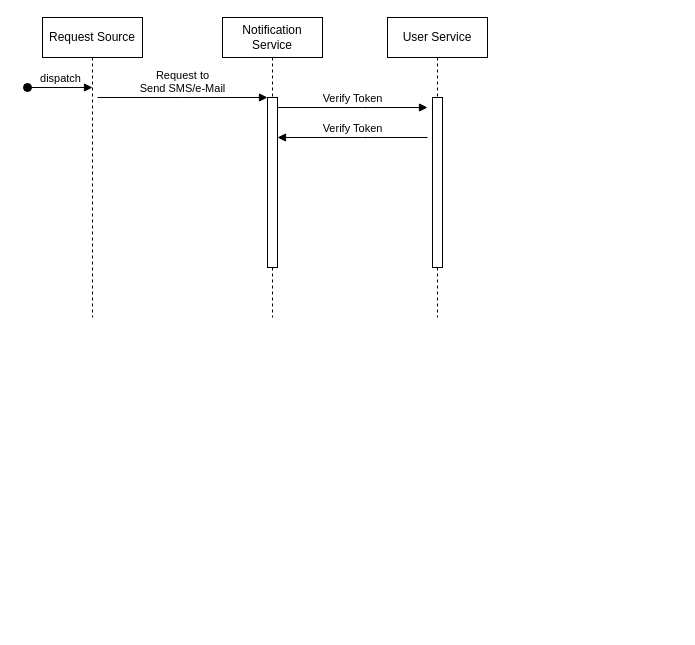
KaluBekalu/JScript keeps this draw.io diagram as Untitled Diagram.drawio. Above is the earlier version. Source tidied: cells renumbered, new cells numbered last; positions are measured from the earlier drawing's top-left corner, leaving out a move shared by most shapes. Both pictures are drawn from the tidied source at 100%, with x=0, y=0 at pixel (27, 17).
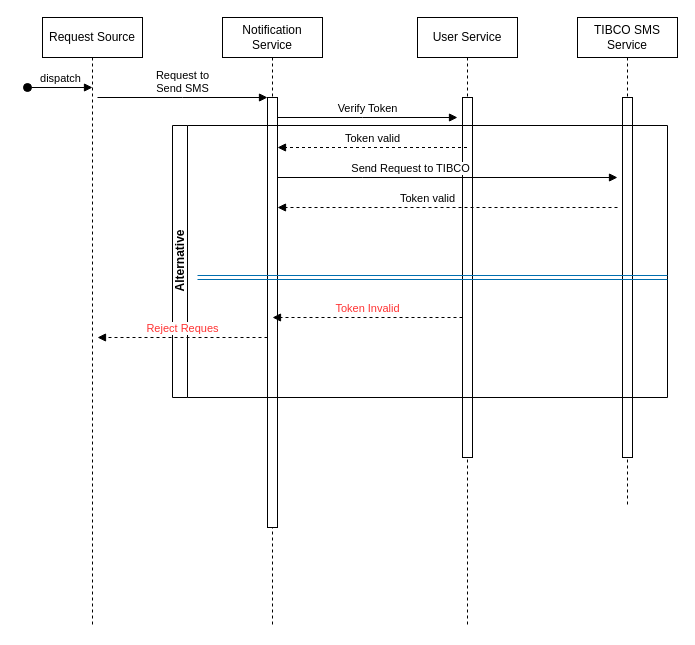
The same page after the edit.

The edit, as a diff of the source:
```diff
@@
     <mxCell id="2" value="Request Source" style="shape=umlLifeline;perimeter=lifelinePerimeter;whiteSpace=wrap;html=1;newEdgeStyle={&quot;edgeStyle&quot;:&quot;elbowEdgeStyle&quot;,&quot;elbow&quot;:&quot;vertical&quot;,&quot;curved&quot;:0,&quot;rounded&quot;:0};" parent="1" vertex="1">
-      <mxGeometry x="15" width="100" height="300" as="geometry" />
+      <mxGeometry x="15" width="100" height="610" as="geometry" />
     </mxCell>
@@
     <mxCell id="4" value="Notification Service" style="shape=umlLifeline;perimeter=lifelinePerimeter;whiteSpace=wrap;html=1;newEdgeStyle={&quot;edgeStyle&quot;:&quot;elbowEdgeStyle&quot;,&quot;elbow&quot;:&quot;vertical&quot;,&quot;curved&quot;:0,&quot;rounded&quot;:0};" parent="1" vertex="1">
-      <mxGeometry x="195" width="100" height="300" as="geometry" />
+      <mxGeometry x="195" width="100" height="610" as="geometry" />
     </mxCell>
     <mxCell id="5" style="html=1;points=[];perimeter=orthogonalPerimeter;outlineConnect=0;targetShapes=umlLifeline;portConstraint=eastwest;newEdgeStyle={&quot;edgeStyle&quot;:&quot;elbowEdgeStyle&quot;,&quot;elbow&quot;:&quot;vertical&quot;,&quot;curved&quot;:0,&quot;rounded&quot;:0};" parent="4" vertex="1">
-      <mxGeometry x="45" y="80" width="10" height="170" as="geometry" />
+      <mxGeometry x="45" y="80" width="10" height="430" as="geometry" />
     </mxCell>
-    <mxCell id="6" value="Request to &lt;br&gt;Send SMS/e-Mail" style="html=1;verticalAlign=bottom;endArrow=block;edgeStyle=elbowEdgeStyle;elbow=vertical;curved=0;rounded=0;" parent="1" edge="1" target="5">
+    <mxCell id="6" value="Request to &lt;br&gt;Send SMS" style="html=1;verticalAlign=bottom;endArrow=block;edgeStyle=elbowEdgeStyle;elbow=vertical;curved=0;rounded=0;" parent="1" edge="1" target="5">
       <mxGeometry relative="1" as="geometry">
         <mxPoint x="70" y="80" as="sourcePoint" />
         <Array as="points">
           <mxPoint x="155" y="80" />
         </Array>
       </mxGeometry>
     </mxCell>
     <mxCell id="7" value="User Service" style="shape=umlLifeline;perimeter=lifelinePerimeter;whiteSpace=wrap;html=1;outlineConnect=0;portConstraint=eastwest;newEdgeStyle={&quot;edgeStyle&quot;:&quot;elbowEdgeStyle&quot;,&quot;elbow&quot;:&quot;vertical&quot;,&quot;curved&quot;:0,&quot;rounded&quot;:0};" parent="1" vertex="1">
-      <mxGeometry x="360" width="100" height="300" as="geometry" />
+      <mxGeometry x="390" width="100" height="610" as="geometry" />
     </mxCell>
     <mxCell id="8" style="html=1;perimeter=orthogonalPerimeter;targetShapes=umlLifeline;newEdgeStyle={&quot;edgeStyle&quot;:&quot;elbowEdgeStyle&quot;,&quot;elbow&quot;:&quot;vertical&quot;,&quot;curved&quot;:0,&quot;rounded&quot;:0};" parent="7" vertex="1">
-      <mxGeometry x="45" y="80" width="10" height="170" as="geometry" />
+      <mxGeometry x="45" y="80" width="10" height="360" as="geometry" />
     </mxCell>
     <mxCell id="9" value="Verify Token" style="html=1;verticalAlign=bottom;endArrow=block;edgeStyle=elbowEdgeStyle;elbow=vertical;curved=0;rounded=0;" parent="1" edge="1">
       <mxGeometry relative="1" as="geometry">
-        <mxPoint x="250" y="90" as="sourcePoint" />
-        <mxPoint x="400" y="90" as="targetPoint" />
+        <mxPoint x="250" y="100" as="sourcePoint" />
+        <mxPoint x="430" y="100" as="targetPoint" />
         <Array as="points">
-          <mxPoint x="335" y="90" />
+          <mxPoint x="335" y="100" />
         </Array>
       </mxGeometry>
     </mxCell>
-    <mxCell id="10" value="Verify Token" style="html=1;verticalAlign=bottom;endArrow=block;edgeStyle=elbowEdgeStyle;elbow=vertical;curved=0;rounded=0;" parent="1" edge="1">
+    <mxCell id="10" value="Token valid" style="html=1;verticalAlign=bottom;endArrow=block;edgeStyle=elbowEdgeStyle;elbow=vertical;curved=0;rounded=0;dashed=1;" parent="1" edge="1" source="7">
       <mxGeometry relative="1" as="geometry">
-        <mxPoint x="400" y="120" as="sourcePoint" />
-        <mxPoint x="250" y="120" as="targetPoint" />
+        <mxPoint x="250" y="130" as="targetPoint" />
         <Array as="points">
-          <mxPoint x="335" y="120" />
+          <mxPoint x="335" y="130" />
         </Array>
       </mxGeometry>
     </mxCell>
+    <mxCell id="11" value="TIBCO SMS Service" style="shape=umlLifeline;perimeter=lifelinePerimeter;whiteSpace=wrap;html=1;newEdgeStyle={&quot;edgeStyle&quot;:&quot;elbowEdgeStyle&quot;,&quot;elbow&quot;:&quot;vertical&quot;,&quot;curved&quot;:0,&quot;rounded&quot;:0};" parent="1" vertex="1">
+      <mxGeometry x="550" width="100" height="490" as="geometry" />
+    </mxCell>
+    <mxCell id="12" style="html=1;perimeter=orthogonalPerimeter;targetShapes=umlLifeline;newEdgeStyle={&quot;edgeStyle&quot;:&quot;elbowEdgeStyle&quot;,&quot;elbow&quot;:&quot;vertical&quot;,&quot;curved&quot;:0,&quot;rounded&quot;:0};" parent="11" vertex="1">
+      <mxGeometry x="45" y="80" width="10" height="360" as="geometry" />
+    </mxCell>
+    <mxCell id="13" value="Alternative" style="swimlane;horizontal=0;whiteSpace=wrap;html=1;startSize=15;" parent="1" vertex="1">
+      <mxGeometry x="145" y="108" width="495" height="272" as="geometry" />
+    </mxCell>
+    <mxCell id="14" value="&lt;font color=&quot;#ff3333&quot;&gt;Token Invalid&lt;/font&gt;" style="html=1;verticalAlign=bottom;endArrow=block;edgeStyle=elbowEdgeStyle;elbow=vertical;curved=0;rounded=0;dashed=1;" parent="13" edge="1">
+      <mxGeometry relative="1" as="geometry">
+        <mxPoint x="290" y="192" as="sourcePoint" />
+        <mxPoint x="100" y="192" as="targetPoint" />
+        <Array as="points">
+          <mxPoint x="185" y="192" />
+        </Array>
+      </mxGeometry>
+    </mxCell>
+    <mxCell id="15" value="&lt;font color=&quot;#ff3333&quot;&gt;Reject Reques&lt;br&gt;&lt;/font&gt;" style="html=1;verticalAlign=bottom;endArrow=block;edgeStyle=elbowEdgeStyle;elbow=vertical;curved=0;rounded=0;dashed=1;" parent="13" edge="1">
+      <mxGeometry relative="1" as="geometry">
+        <mxPoint x="95" y="212" as="sourcePoint" />
+        <mxPoint x="-75" y="212.3" as="targetPoint" />
+        <Array as="points">
+          <mxPoint x="-10" y="212" />
+        </Array>
+      </mxGeometry>
+    </mxCell>
+    <mxCell id="16" value="Send Request to TIBCO" style="html=1;verticalAlign=bottom;endArrow=block;edgeStyle=elbowEdgeStyle;elbow=vertical;curved=0;rounded=0;" parent="13" edge="1">
+      <mxGeometry x="-0.22" relative="1" as="geometry">
+        <mxPoint x="105" y="52" as="sourcePoint" />
+        <mxPoint x="445" y="52" as="targetPoint" />
+        <Array as="points">
+          <mxPoint x="190" y="52" />
+        </Array>
+      </mxGeometry>
+    </mxCell>
+    <mxCell id="17" value="Token valid" style="html=1;verticalAlign=bottom;endArrow=block;edgeStyle=elbowEdgeStyle;elbow=vertical;curved=0;rounded=0;dashed=1;" parent="13" edge="1">
+      <mxGeometry x="0.12" relative="1" as="geometry">
+        <mxPoint x="445" y="82" as="sourcePoint" />
+        <mxPoint x="105" y="82" as="targetPoint" />
+        <Array as="points">
+          <mxPoint x="340" y="82" />
+        </Array>
+      </mxGeometry>
+    </mxCell>
+    <mxCell id="18" style="shape=link;html=1;rounded=0;fillColor=#1ba1e2;strokeColor=#006EAF;" parent="13" edge="1">
+      <mxGeometry relative="1" as="geometry">
+        <mxPoint x="25" y="152" as="sourcePoint" />
+        <mxPoint x="495" y="152" as="targetPoint" />
+      </mxGeometry>
+    </mxCell>
```
